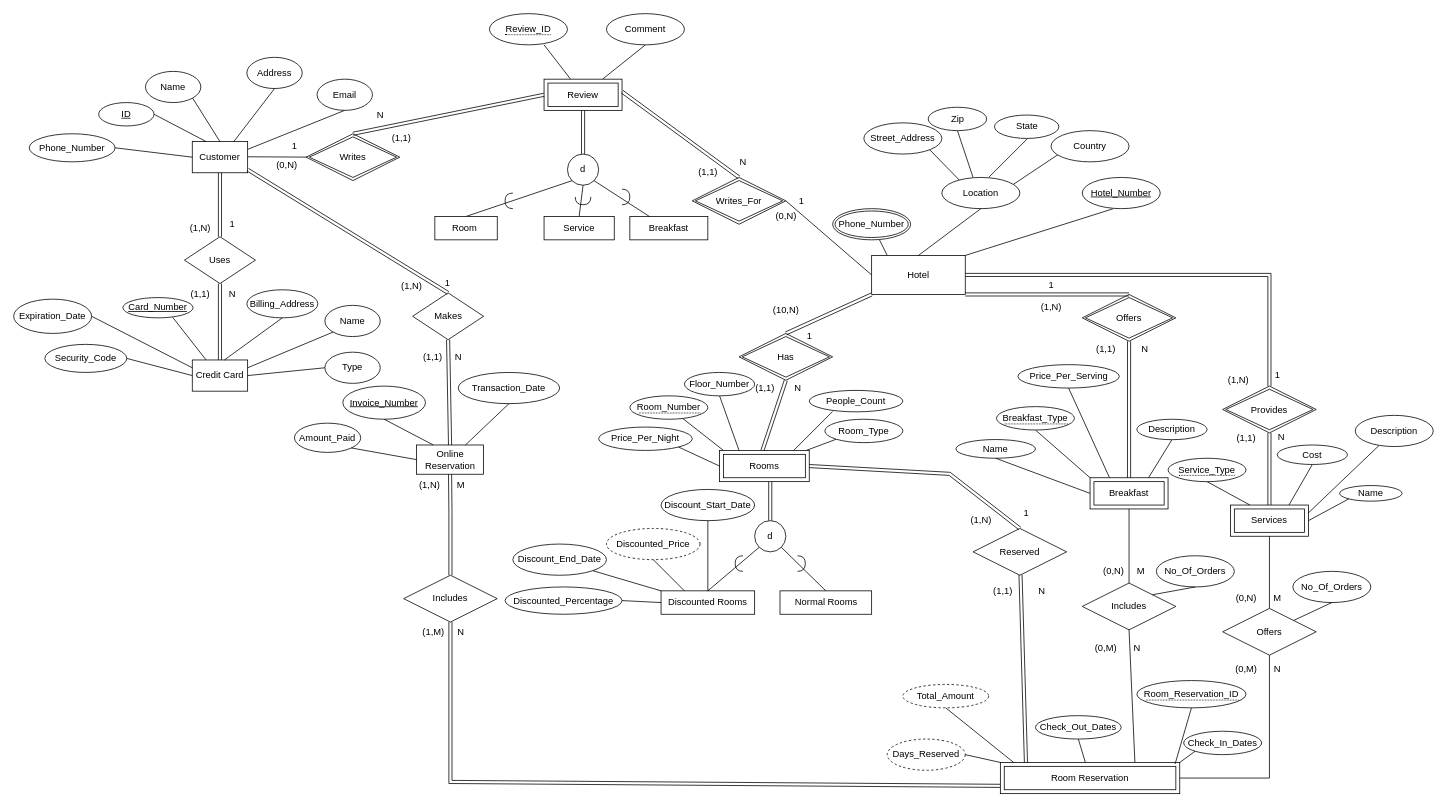
Above: diagrams/hotel-entity-0.1.drawio in cicorias/njit-dbms-project1 (draw.io), before the change. Source tidied: cells renumbered, new cells numbered last; positions are measured from the earlier drawing's top-left corner, leaving out a move shared by most shapes. Both pictures are drawn from the tidied source at 78%, with x=0, y=0 at pixel (13, 13).
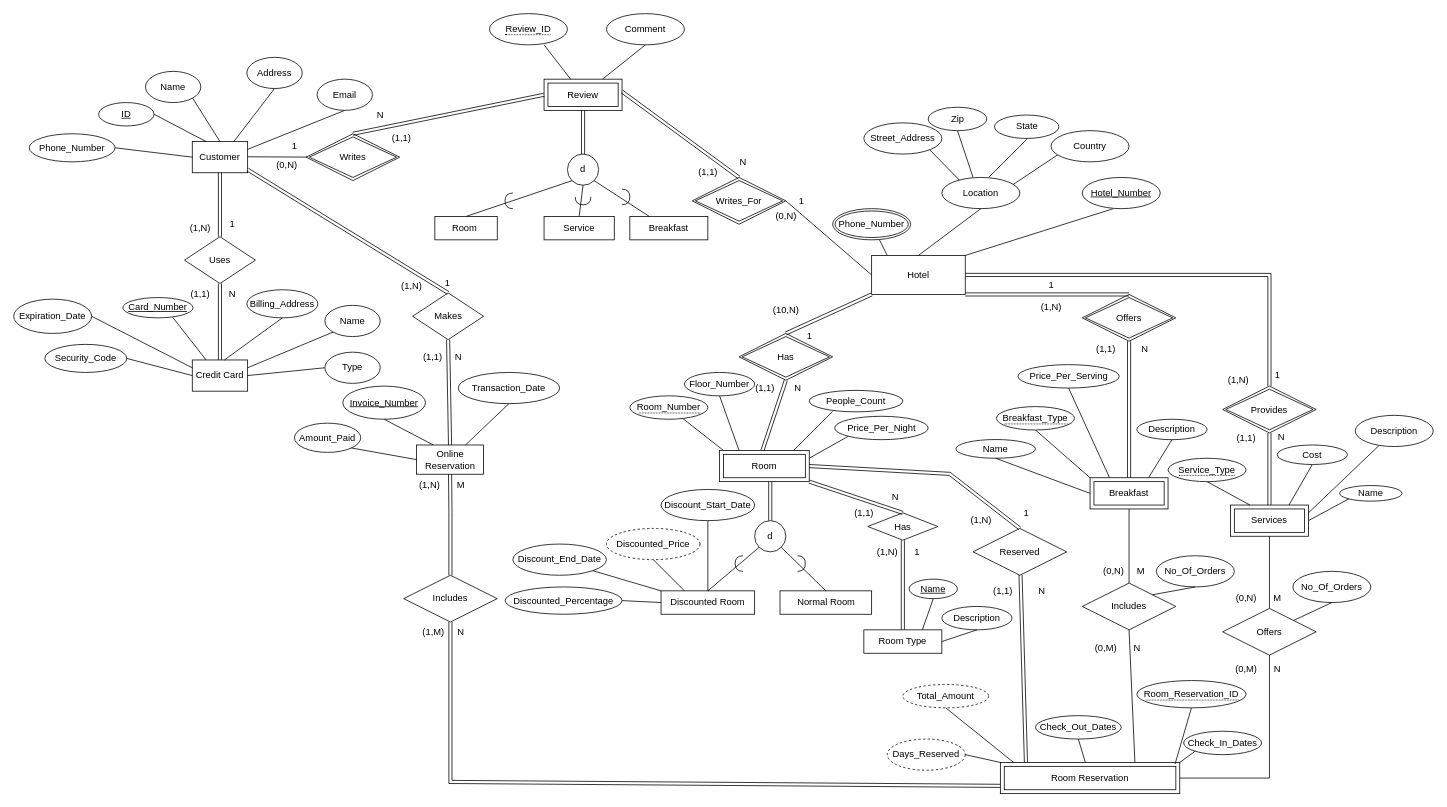
After the change.

Change to the diagram source:
```diff
@@
-    <mxCell id="7" style="endArrow=none;html=1;entryX=0;entryY=1;entryDx=0;entryDy=0;" parent="1" edge="1" source="11" target="15">
-      <mxGeometry relative="1" as="geometry" />
-    </mxCell>
@@
-    <mxCell id="11" value="Rooms" style="shape=ext;margin=3;double=1;whiteSpace=wrap;html=1;align=center;" parent="1" vertex="1">
+    <mxCell id="11" value="Room" style="shape=ext;margin=3;double=1;whiteSpace=wrap;html=1;align=center;" parent="1" vertex="1">
       <mxGeometry x="905" y="560" width="115" height="40" as="geometry" />
     </mxCell>
@@
-    <mxCell id="15" value="Room_Type" style="ellipse;whiteSpace=wrap;html=1;align=center;" parent="1" vertex="1">
-      <mxGeometry x="1040" y="520" width="100" height="30" as="geometry" />
-    </mxCell>
@@
     <mxCell id="22" value="Price_Per_Night" style="ellipse;whiteSpace=wrap;html=1;align=center;" parent="1" vertex="1">
-      <mxGeometry x="750" y="530" width="120" height="30" as="geometry" />
+      <mxGeometry x="1052.5" y="516.2" width="120" height="30" as="geometry" />
     </mxCell>
@@
-    <mxCell id="45" value="Discounted Rooms" style="rounded=0;whiteSpace=wrap;html=1;" parent="1" vertex="1">
+    <mxCell id="45" value="Discounted Room" style="rounded=0;whiteSpace=wrap;html=1;" parent="1" vertex="1">
       <mxGeometry x="830" y="740" width="120" height="30" as="geometry" />
     </mxCell>
-    <mxCell id="46" value="Normal Rooms" style="rounded=0;whiteSpace=wrap;html=1;" parent="1" vertex="1">
+    <mxCell id="46" value="Normal Room" style="rounded=0;whiteSpace=wrap;html=1;" parent="1" vertex="1">
       <mxGeometry x="982.5" y="740" width="117.5" height="30" as="geometry" />
     </mxCell>
@@
-    <mxCell id="58" style="endArrow=none;html=1;rounded=0;entryX=0;entryY=0.5;entryDx=0;entryDy=0;exitX=1;exitY=1;exitDx=0;exitDy=0;" parent="1" edge="1" source="22" target="11">
+    <mxCell id="58" style="endArrow=none;html=1;rounded=0;entryX=1;entryY=0.25;entryDx=0;entryDy=0;exitX=0;exitY=1;exitDx=0;exitDy=0;" parent="1" edge="1" source="22" target="11">
       <mxGeometry relative="1" as="geometry" />
     </mxCell>
@@
+    <mxCell id="203" value="Has" style="shape=rhombus;perimeter=rhombusPerimeter;whiteSpace=wrap;html=1;align=center;" parent="1" vertex="1">
+      <mxGeometry x="1095" y="640" width="90" height="35" as="geometry" />
+    </mxCell>
+    <mxCell id="204" style="shape=link;html=1;rounded=0;exitX=0.5;exitY=1;exitDx=0;exitDy=0;entryX=0.5;entryY=0;entryDx=0;entryDy=0;" parent="1" edge="1" source="203" target="206">
+      <mxGeometry relative="1" as="geometry" />
+    </mxCell>
+    <mxCell id="205" style="shape=link;html=1;rounded=0;entryX=0.5;entryY=0;entryDx=0;entryDy=0;exitX=1;exitY=1;exitDx=0;exitDy=0;" parent="1" edge="1" source="11" target="203">
+      <mxGeometry relative="1" as="geometry" />
+    </mxCell>
+    <mxCell id="206" value="Room Type" style="whiteSpace=wrap;html=1;align=center;" parent="1" vertex="1">
+      <mxGeometry x="1090" y="790" width="100" height="30" as="geometry" />
+    </mxCell>
+    <mxCell id="207" value="Name" style="ellipse;whiteSpace=wrap;html=1;align=center;fontStyle=4;" parent="1" vertex="1">
+      <mxGeometry x="1148" y="725" width="62" height="25" as="geometry" />
+    </mxCell>
+    <mxCell id="208" value="Description" style="ellipse;whiteSpace=wrap;html=1;align=center;" parent="1" vertex="1">
+      <mxGeometry x="1190" y="760" width="90" height="30" as="geometry" />
+    </mxCell>
+    <mxCell id="209" style="endArrow=none;html=1;rounded=0;entryX=0.5;entryY=1;entryDx=0;entryDy=0;exitX=0.75;exitY=0;exitDx=0;exitDy=0;" parent="1" edge="1" source="206" target="207">
+      <mxGeometry relative="1" as="geometry" />
+    </mxCell>
+    <mxCell id="210" style="endArrow=none;html=1;rounded=0;entryX=0.5;entryY=1;entryDx=0;entryDy=0;exitX=1;exitY=0.5;exitDx=0;exitDy=0;" parent="1" edge="1" source="206" target="208">
+      <mxGeometry relative="1" as="geometry" />
+    </mxCell>
+    <mxCell id="211" value="N" style="text;html=1;align=center;verticalAlign=middle;" parent="1" vertex="1">
+      <mxGeometry x="1120" y="610" width="20" height="20" as="geometry" />
+    </mxCell>
+    <mxCell id="212" value="1" style="text;html=1;align=center;verticalAlign=middle;" parent="1" vertex="1">
+      <mxGeometry x="1148" y="680" width="20" height="20" as="geometry" />
+    </mxCell>
+    <mxCell id="213" value="(1,N)" style="text;html=1;align=center;verticalAlign=middle;" parent="1" vertex="1">
+      <mxGeometry x="1100" y="680" width="40" height="20" as="geometry" />
+    </mxCell>
+    <mxCell id="214" value="(1,1)" style="text;html=1;align=center;verticalAlign=middle;" parent="1" vertex="1">
+      <mxGeometry x="1070" y="630" width="40" height="20" as="geometry" />
+    </mxCell>
```
